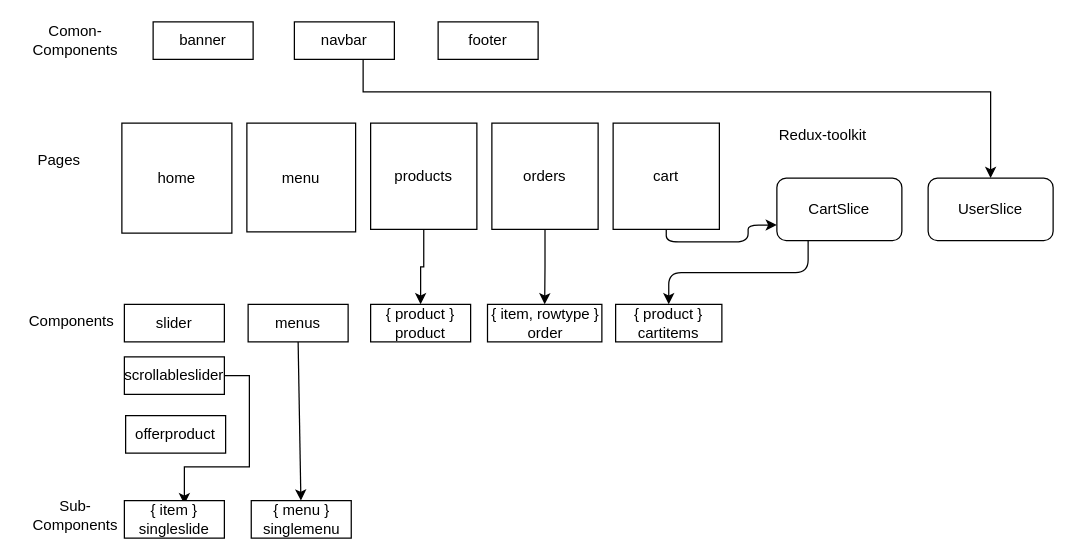
sabrinabu/restaurentapp2023 keeps this draw.io diagram as componentsdiagram.drawio. Above is the earlier version. Source tidied: cells renumbered, new cells numbered last; positions are measured from the earlier drawing's top-left corner, leaving out a move shared by most shapes. Both pictures are drawn from the tidied source at 125%, with x=0, y=0 at pixel (21, 21).
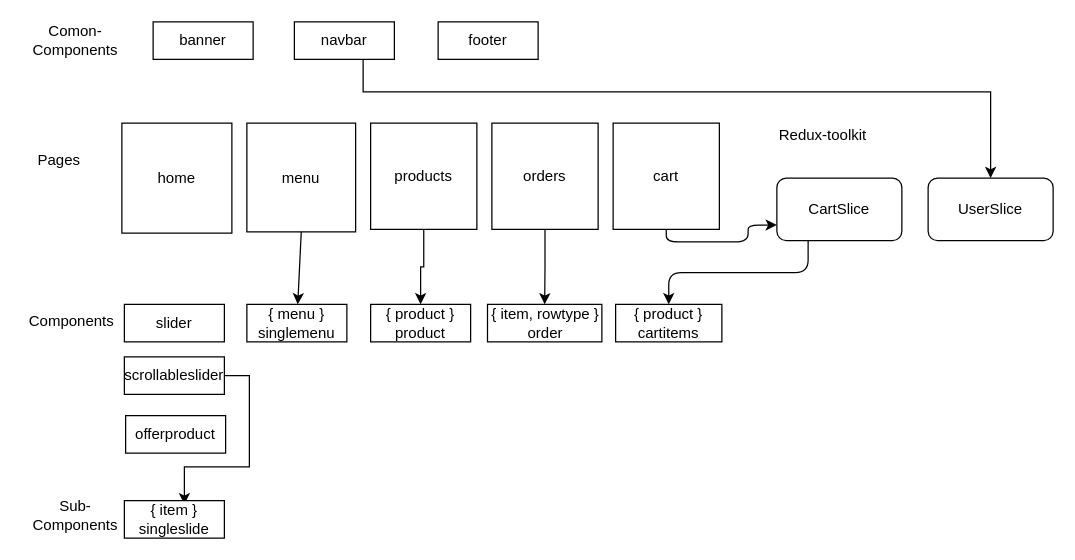
Above is the later version.

The change refers to these unchanged cells:
```xml
<mxCell id="12" value="menu" style="whiteSpace=wrap;html=1;" parent="1" vertex="1">
  <mxGeometry x="180" y="81" width="87" height="87" as="geometry" />
</mxCell>
```

Diff of the diagram source:
```diff
@@
     <mxCell id="24" value="{ menu }&lt;br&gt;singlemenu" style="rounded=0;whiteSpace=wrap;html=1;" parent="1" vertex="1">
-      <mxGeometry x="183.5" y="383" width="80" height="30" as="geometry" />
+      <mxGeometry x="180" y="226" width="80" height="30" as="geometry" />
     </mxCell>
-    <mxCell id="25" style="edgeStyle=none;html=1;exitX=0.5;exitY=1;exitDx=0;exitDy=0;" parent="1" edge="1" source="26" target="24">
+    <mxCell id="25" style="edgeStyle=none;html=1;exitX=0.5;exitY=1;exitDx=0;exitDy=0;" parent="1" edge="1" source="12" target="24">
       <mxGeometry relative="1" as="geometry" />
     </mxCell>
-    <mxCell id="26" value="menus" style="rounded=0;whiteSpace=wrap;html=1;" parent="1" vertex="1">
-      <mxGeometry x="181" y="226" width="80" height="30" as="geometry" />
-    </mxCell>
```
